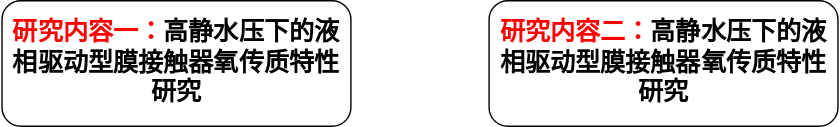
The draw.io diagram 研究内容_开题.drawio.svg in chiguaren3/drawio_project, before a commit. Source tidied: cells renumbered, new cells last; positions are measured from the earlier drawing's top-left corner, leaving out a move shared by most shapes.
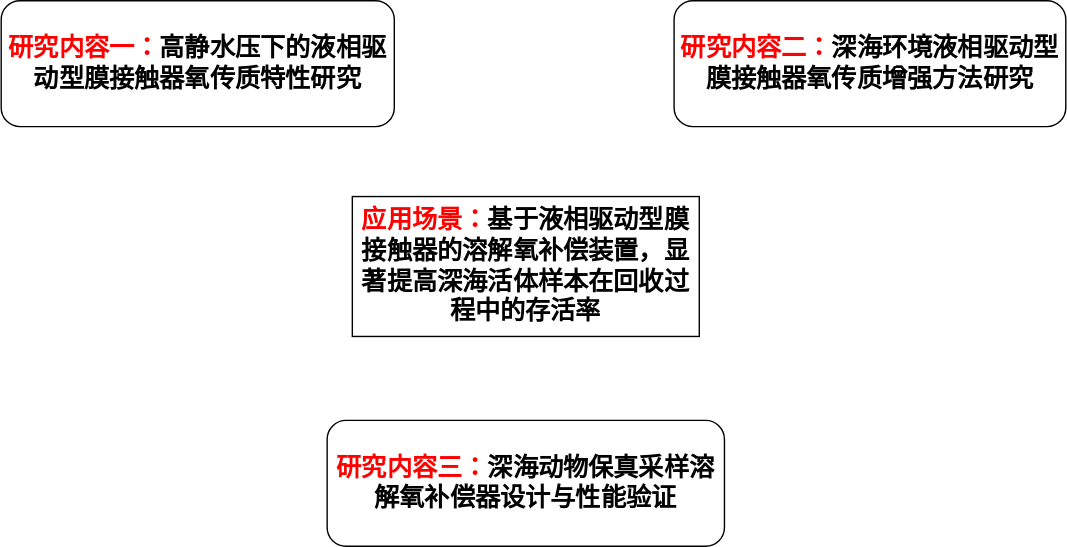
Later version of the same file.

Commit message:
更新研究内容_开题.drawio.svg

Change to the diagram source:
```diff
@@ -3,10 +3,16 @@
     <mxCell id="0" />
     <mxCell id="1" parent="0" />
     <mxCell id="2" value="&lt;p&gt;&lt;b&gt;&lt;font face=&quot;宋体&quot; style=&quot;color: rgb(255, 0, 0); font-size: 18px;&quot;&gt;研究内容一：&lt;/font&gt;&lt;/b&gt;&lt;span style=&quot;background-color: transparent; color: light-dark(rgb(0, 0, 0), rgb(255, 255, 255)); font-family: 宋体;&quot;&gt;&lt;font style=&quot;font-size: 18px;&quot;&gt;&lt;b&gt;高静水压下的液相驱动型膜接触器氧传质特性研究&lt;/b&gt;&lt;/font&gt;&lt;/span&gt;&lt;/p&gt;&lt;p class=&quot;MsoNormal&quot;&gt;&lt;span style=&quot;mso-spacerun:'yes';font-family:'Times New Roman';mso-fareast-font-family:宋体;&lt;br/&gt;font-size:14.0000pt;mso-font-kerning:1.0000pt;&quot;&gt;&lt;/span&gt;&lt;/p&gt;" style="rounded=1;whiteSpace=wrap;html=1;" parent="1" vertex="1">
-      <mxGeometry width="250" height="90" as="geometry" />
+      <mxGeometry x="-42" y="-30" width="281" height="90" as="geometry" />
     </mxCell>
-    <mxCell id="3" value="&lt;p&gt;&lt;b&gt;&lt;font face=&quot;宋体&quot; style=&quot;color: rgb(255, 0, 0); font-size: 18px;&quot;&gt;研究内容二：&lt;/font&gt;&lt;/b&gt;&lt;span style=&quot;background-color: transparent; color: light-dark(rgb(0, 0, 0), rgb(255, 255, 255)); font-family: 宋体;&quot;&gt;&lt;font style=&quot;font-size: 18px;&quot;&gt;&lt;b&gt;高静水压下的液相驱动型膜接触器氧传质特性研究&lt;/b&gt;&lt;/font&gt;&lt;/span&gt;&lt;/p&gt;&lt;p class=&quot;MsoNormal&quot;&gt;&lt;span style=&quot;mso-spacerun:'yes';font-family:'Times New Roman';mso-fareast-font-family:宋体;&lt;br/&gt;font-size:14.0000pt;mso-font-kerning:1.0000pt;&quot;&gt;&lt;/span&gt;&lt;/p&gt;" style="rounded=1;whiteSpace=wrap;html=1;" parent="1" vertex="1">
-      <mxGeometry x="349" width="250" height="90" as="geometry" />
+    <mxCell id="3" value="&lt;p&gt;&lt;b&gt;&lt;font face=&quot;宋体&quot; style=&quot;color: rgb(255, 0, 0); font-size: 18px;&quot;&gt;研究内容二：&lt;/font&gt;&lt;/b&gt;&lt;span style=&quot;background-color: transparent; color: light-dark(rgb(0, 0, 0), rgb(255, 255, 255)); font-family: 宋体;&quot;&gt;&lt;font style=&quot;font-size: 18px;&quot;&gt;&lt;b&gt;深海环境液相驱动型膜接触器氧传质增强方法研究&lt;/b&gt;&lt;/font&gt;&lt;/span&gt;&lt;/p&gt;&lt;p class=&quot;MsoNormal&quot;&gt;&lt;span style=&quot;mso-spacerun:'yes';font-family:'Times New Roman';mso-fareast-font-family:宋体;&lt;br/&gt;font-size:14.0000pt;mso-font-kerning:1.0000pt;&quot;&gt;&lt;/span&gt;&lt;/p&gt;&lt;p class=&quot;MsoNormal&quot;&gt;&lt;span style=&quot;mso-spacerun:'yes';font-family:'Times New Roman';mso-fareast-font-family:宋体;&lt;br/&gt;font-size:14.0000pt;mso-font-kerning:1.0000pt;&quot;&gt;&lt;/span&gt;&lt;/p&gt;" style="rounded=1;whiteSpace=wrap;html=1;" parent="1" vertex="1">
+      <mxGeometry x="439" y="-30" width="280" height="90" as="geometry" />
     </mxCell>
+    <mxCell id="4" value="&lt;p&gt;&lt;b&gt;&lt;font face=&quot;宋体&quot; style=&quot;color: rgb(255, 0, 0); font-size: 18px;&quot;&gt;研究内容三：&lt;/font&gt;&lt;/b&gt;&lt;span style=&quot;background-color: transparent; color: light-dark(rgb(0, 0, 0), rgb(255, 255, 255)); font-family: 宋体;&quot;&gt;&lt;font style=&quot;font-size: 18px;&quot;&gt;&lt;b&gt;深海动物保真采样溶解氧补偿器设计与性能验证&lt;/b&gt;&lt;/font&gt;&lt;/span&gt;&lt;/p&gt;&lt;p class=&quot;MsoNormal&quot;&gt;&lt;span style=&quot;mso-spacerun:'yes';font-family:'Times New Roman';mso-fareast-font-family:宋体;&lt;br/&gt;font-size:14.0000pt;mso-font-kerning:1.0000pt;&quot;&gt;&lt;/span&gt;&lt;/p&gt;&lt;p class=&quot;MsoNormal&quot;&gt;&lt;span style=&quot;mso-spacerun:'yes';font-family:'Times New Roman';mso-fareast-font-family:宋体;&lt;br/&gt;font-size:14.0000pt;mso-font-kerning:1.0000pt;&quot;&gt;&lt;/span&gt;&lt;/p&gt;&lt;p class=&quot;MsoNormal&quot;&gt;&lt;span style=&quot;mso-spacerun:'yes';font-family:'Times New Roman';mso-fareast-font-family:宋体;&lt;br/&gt;font-size:14.0000pt;mso-font-kerning:1.0000pt;&quot;&gt;&lt;/span&gt;&lt;/p&gt;" style="rounded=1;whiteSpace=wrap;html=1;" parent="1" vertex="1">
+      <mxGeometry x="191" y="270" width="284" height="90" as="geometry" />
+    </mxCell>
+    <mxCell id="5" value="&lt;font face=&quot;宋体&quot; style=&quot;font-size: 18px; color: rgb(255, 0, 0);&quot;&gt;&lt;b style=&quot;&quot;&gt;应用场景：&lt;/b&gt;&lt;/font&gt;&lt;span style=&quot;font-family: 宋体;&quot;&gt;&lt;b style=&quot;&quot;&gt;&lt;font style=&quot;font-size: 18px;&quot;&gt;基于液相驱动型膜接触器的溶解氧补偿装置，显著提高深海活体样本在回收过程中的存活率&lt;/font&gt;&lt;/b&gt;&lt;/span&gt;" style="rounded=0;whiteSpace=wrap;html=1;" parent="1" vertex="1">
+      <mxGeometry x="209" y="110" width="248" height="100" as="geometry" />
+    </mxCell>
   </root>
 </mxGraphModel>
```
